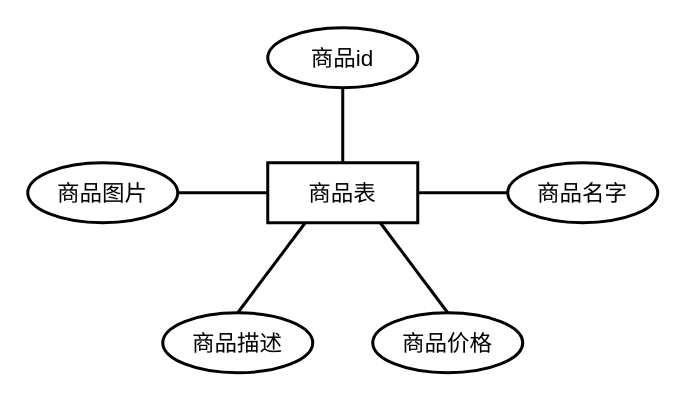
Before: 毕业论文-商品表ER图.drawio in srcrs/draw-static, a draw.io diagram. Source tidied: cells renumbered, new cells numbered last; positions are measured from the earlier drawing's top-left corner, leaving out a move shared by most shapes. Both pictures are drawn from the tidied source at 150%, with x=0, y=0 at pixel (27, 27).
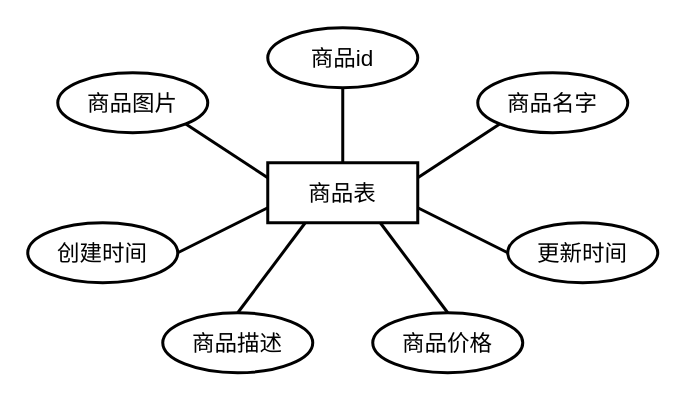
The same page after the edit.

Commit message:
更新毕业论文-商品表ER图.drawio

Diff of the diagram source:
```diff
@@
 <mxGraphModel>
   <root>
     <mxCell id="0" />
     <mxCell id="1" parent="0" />
     <mxCell id="2" value="商品表" style="whiteSpace=wrap;html=1;align=center;strokeWidth=2;fontSize=15;" parent="1" vertex="1">
       <mxGeometry x="160" y="90" width="100" height="40" as="geometry" />
     </mxCell>
     <mxCell id="3" value="商品价格" style="ellipse;whiteSpace=wrap;html=1;align=center;strokeWidth=2;fontSize=15;" parent="1" vertex="1">
       <mxGeometry x="230" y="190" width="100" height="40" as="geometry" />
     </mxCell>
     <mxCell id="4" value="商品描述" style="ellipse;whiteSpace=wrap;html=1;align=center;strokeWidth=2;fontSize=15;" parent="1" vertex="1">
       <mxGeometry x="90" y="190" width="100" height="40" as="geometry" />
     </mxCell>
     <mxCell id="5" value="商品id" style="ellipse;whiteSpace=wrap;html=1;align=center;strokeWidth=2;fontSize=15;" parent="1" vertex="1">
       <mxGeometry x="160" width="100" height="40" as="geometry" />
     </mxCell>
     <mxCell id="6" value="商品名字" style="ellipse;whiteSpace=wrap;html=1;align=center;strokeWidth=2;fontSize=15;" parent="1" vertex="1">
-      <mxGeometry x="320" y="90" width="100" height="40" as="geometry" />
+      <mxGeometry x="300" y="30" width="100" height="40" as="geometry" />
     </mxCell>
     <mxCell id="7" value="商品图片" style="ellipse;whiteSpace=wrap;html=1;align=center;strokeWidth=2;fontSize=15;" parent="1" vertex="1">
-      <mxGeometry y="90" width="100" height="40" as="geometry" />
+      <mxGeometry x="20" y="30" width="100" height="40" as="geometry" />
     </mxCell>
     <mxCell id="8" style="endArrow=none;html=1;rounded=0;strokeWidth=2;entryX=0.5;entryY=1;entryDx=0;entryDy=0;exitX=0.5;exitY=0;exitDx=0;exitDy=0;fontSize=15;" parent="1" edge="1" source="2" target="5">
       <mxGeometry relative="1" as="geometry" />
     </mxCell>
-    <mxCell id="9" style="endArrow=none;html=1;rounded=0;strokeWidth=2;entryX=0;entryY=0.5;entryDx=0;entryDy=0;exitX=1;exitY=0.5;exitDx=0;exitDy=0;fontSize=15;" parent="1" edge="1" source="7" target="2">
+    <mxCell id="9" style="endArrow=none;html=1;rounded=0;strokeWidth=2;entryX=0;entryY=0.25;entryDx=0;entryDy=0;exitX=1;exitY=1;exitDx=0;exitDy=0;fontSize=15;" parent="1" edge="1" source="7" target="2">
       <mxGeometry relative="1" as="geometry" />
     </mxCell>
-    <mxCell id="10" style="endArrow=none;html=1;rounded=0;strokeWidth=2;entryX=1;entryY=0.5;entryDx=0;entryDy=0;exitX=0;exitY=0.5;exitDx=0;exitDy=0;fontSize=15;" parent="1" edge="1" source="6" target="2">
+    <mxCell id="10" style="endArrow=none;html=1;rounded=0;strokeWidth=2;entryX=1;entryY=0.25;entryDx=0;entryDy=0;exitX=0;exitY=1;exitDx=0;exitDy=0;fontSize=15;" parent="1" edge="1" source="6" target="2">
       <mxGeometry relative="1" as="geometry" />
     </mxCell>
     <mxCell id="11" style="endArrow=none;html=1;rounded=0;strokeWidth=2;entryX=0.25;entryY=1;entryDx=0;entryDy=0;exitX=0.5;exitY=0;exitDx=0;exitDy=0;fontSize=15;" parent="1" edge="1" source="4" target="2">
       <mxGeometry relative="1" as="geometry" />
     </mxCell>
     <mxCell id="12" style="endArrow=none;html=1;rounded=0;strokeWidth=2;entryX=0.75;entryY=1;entryDx=0;entryDy=0;exitX=0.5;exitY=0;exitDx=0;exitDy=0;fontSize=15;" parent="1" edge="1" source="3" target="2">
       <mxGeometry relative="1" as="geometry" />
     </mxCell>
+    <mxCell id="13" value="创建时间" style="ellipse;whiteSpace=wrap;html=1;align=center;strokeWidth=2;fontSize=15;" parent="1" vertex="1">
+      <mxGeometry y="130" width="100" height="40" as="geometry" />
+    </mxCell>
+    <mxCell id="14" value="更新时间" style="ellipse;whiteSpace=wrap;html=1;align=center;strokeWidth=2;fontSize=15;" parent="1" vertex="1">
+      <mxGeometry x="320" y="130" width="100" height="40" as="geometry" />
+    </mxCell>
+    <mxCell id="15" style="endArrow=none;html=1;rounded=0;strokeWidth=2;entryX=1;entryY=0.5;entryDx=0;entryDy=0;exitX=0;exitY=0.75;exitDx=0;exitDy=0;fontSize=15;" parent="1" edge="1" source="2" target="13">
+      <mxGeometry relative="1" as="geometry" />
+    </mxCell>
+    <mxCell id="16" style="endArrow=none;html=1;rounded=0;strokeWidth=2;entryX=1;entryY=0.75;entryDx=0;entryDy=0;exitX=0;exitY=0.5;exitDx=0;exitDy=0;fontSize=15;" parent="1" edge="1" source="14" target="2">
+      <mxGeometry relative="1" as="geometry" />
+    </mxCell>
   </root>
 </mxGraphModel>
```
